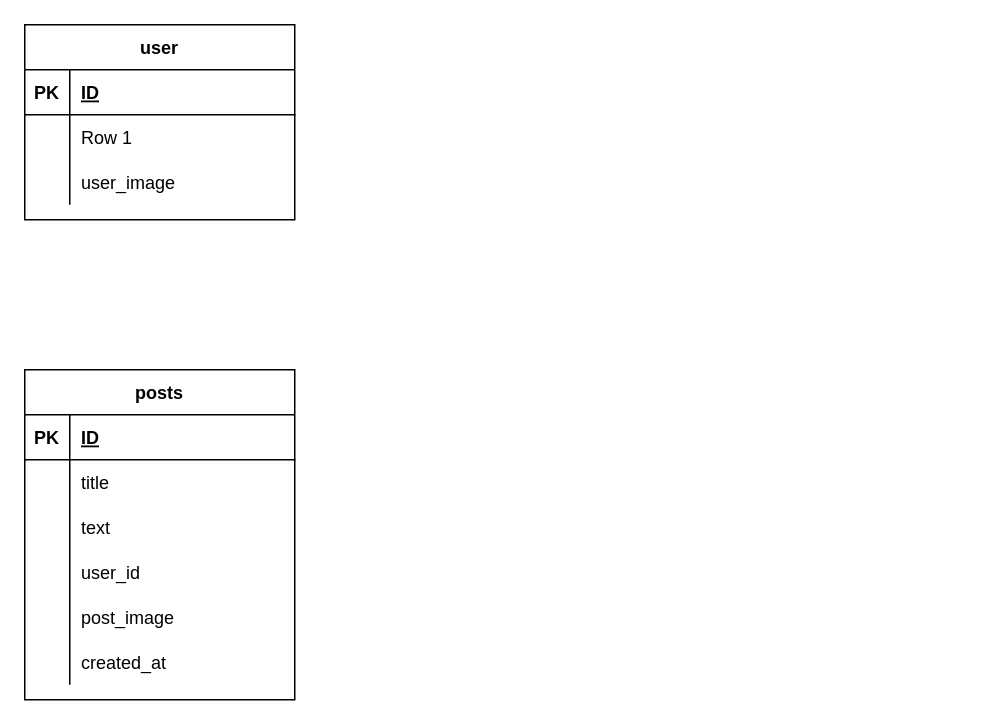
The draw.io diagram docs/ER.drawio in 3582/Rails_portfolio, before the edit. Source tidied: cells renumbered, new cells numbered last; positions are measured from the earlier drawing's top-left corner, leaving out a move shared by most shapes. Both pictures are drawn from the tidied source at 150%, with x=0, y=0 at pixel (24, 24).
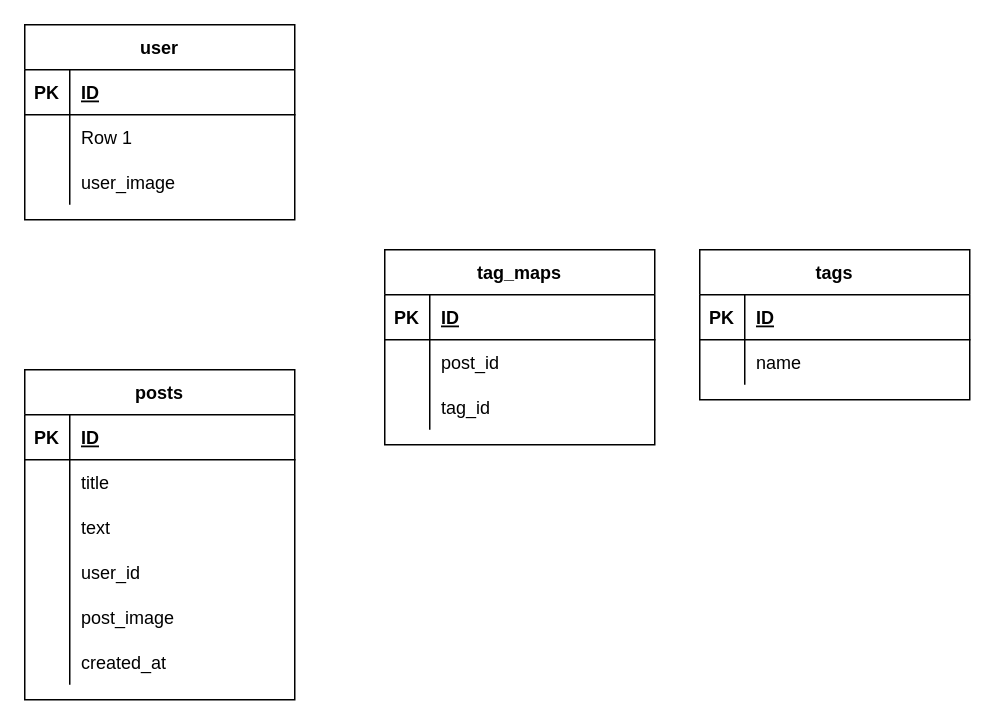
After the change.

Commit message:
ER.drawio を更新します

What changed in the source:
```diff
@@
+    <mxCell id="31" value="tag_maps" style="shape=table;startSize=30;childLayout=tableLayout;rowLines=0;fontStyle=1;align=center;" parent="1" vertex="1">
+      <mxGeometry x="240" y="150" width="180" height="130" as="geometry" />
+    </mxCell>
+    <mxCell id="32" style="shape=partialRectangle;fillColor=none;top=0;left=0;bottom=1;right=0;" parent="31" vertex="1">
+      <mxGeometry y="30" width="180" height="30" as="geometry" />
+    </mxCell>
+    <mxCell id="33" value="PK" style="shape=partialRectangle;fillColor=none;top=0;left=0;bottom=0;right=0;fontStyle=1;overflow=hidden;" parent="32" vertex="1">
+      <mxGeometry width="30" height="30" as="geometry" />
+    </mxCell>
+    <mxCell id="34" value="ID" style="shape=partialRectangle;fillColor=none;top=0;left=0;bottom=0;right=0;align=left;spacingLeft=6;fontStyle=5;overflow=hidden;" parent="32" vertex="1">
+      <mxGeometry x="30" width="150" height="30" as="geometry" />
+    </mxCell>
+    <mxCell id="35" style="shape=partialRectangle;fillColor=none;top=0;left=0;bottom=0;right=0;" parent="31" vertex="1">
+      <mxGeometry y="60" width="180" height="30" as="geometry" />
+    </mxCell>
+    <mxCell id="36" style="shape=partialRectangle;fillColor=none;top=0;left=0;bottom=0;right=0;overflow=hidden;" parent="35" vertex="1">
+      <mxGeometry width="30" height="30" as="geometry" />
+    </mxCell>
+    <mxCell id="37" value="post_id" style="shape=partialRectangle;fillColor=none;top=0;left=0;bottom=0;right=0;align=left;spacingLeft=6;overflow=hidden;" parent="35" vertex="1">
+      <mxGeometry x="30" width="150" height="30" as="geometry" />
+    </mxCell>
+    <mxCell id="38" style="shape=partialRectangle;fillColor=none;top=0;left=0;bottom=0;right=0;" parent="31" vertex="1">
+      <mxGeometry y="90" width="180" height="30" as="geometry" />
+    </mxCell>
+    <mxCell id="39" style="shape=partialRectangle;fillColor=none;top=0;left=0;bottom=0;right=0;overflow=hidden;" parent="38" vertex="1">
+      <mxGeometry width="30" height="30" as="geometry" />
+    </mxCell>
+    <mxCell id="40" value="tag_id" style="shape=partialRectangle;fillColor=none;top=0;left=0;bottom=0;right=0;align=left;spacingLeft=6;overflow=hidden;" parent="38" vertex="1">
+      <mxGeometry x="30" width="150" height="30" as="geometry" />
+    </mxCell>
+    <mxCell id="41" value="tags" style="shape=table;startSize=30;childLayout=tableLayout;rowLines=0;fontStyle=1;align=center;" parent="1" vertex="1">
+      <mxGeometry x="450" y="150" width="180" height="100" as="geometry" />
+    </mxCell>
+    <mxCell id="42" style="shape=partialRectangle;fillColor=none;top=0;left=0;bottom=1;right=0;" parent="41" vertex="1">
+      <mxGeometry y="30" width="180" height="30" as="geometry" />
+    </mxCell>
+    <mxCell id="43" value="PK" style="shape=partialRectangle;fillColor=none;top=0;left=0;bottom=0;right=0;fontStyle=1;overflow=hidden;" parent="42" vertex="1">
+      <mxGeometry width="30" height="30" as="geometry" />
+    </mxCell>
+    <mxCell id="44" value="ID" style="shape=partialRectangle;fillColor=none;top=0;left=0;bottom=0;right=0;align=left;spacingLeft=6;fontStyle=5;overflow=hidden;" parent="42" vertex="1">
+      <mxGeometry x="30" width="150" height="30" as="geometry" />
+    </mxCell>
+    <mxCell id="45" style="shape=partialRectangle;fillColor=none;top=0;left=0;bottom=0;right=0;" parent="41" vertex="1">
+      <mxGeometry y="60" width="180" height="30" as="geometry" />
+    </mxCell>
+    <mxCell id="46" style="shape=partialRectangle;fillColor=none;top=0;left=0;bottom=0;right=0;overflow=hidden;" parent="45" vertex="1">
+      <mxGeometry width="30" height="30" as="geometry" />
+    </mxCell>
+    <mxCell id="47" value="name" style="shape=partialRectangle;fillColor=none;top=0;left=0;bottom=0;right=0;align=left;spacingLeft=6;overflow=hidden;" parent="45" vertex="1">
+      <mxGeometry x="30" width="150" height="30" as="geometry" />
+    </mxCell>
```
